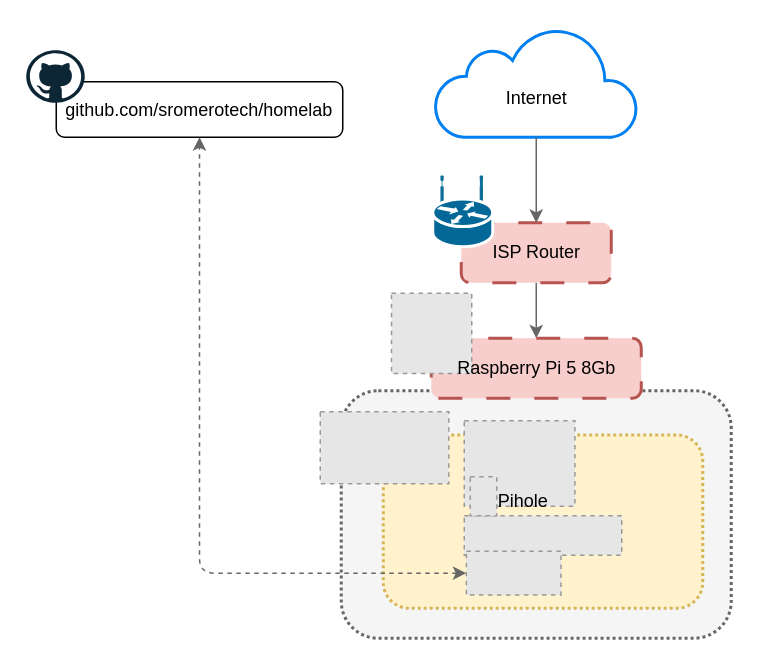
Before: docs/resources/homelab-1.0.0.drawio in sromerotech/homelab, a draw.io diagram. Source tidied: cells renumbered, new cells numbered last; positions are measured from the earlier drawing's top-left corner, leaving out a move shared by most shapes. Both pictures are drawn from the tidied source at 150%, with x=0, y=0 at pixel (26, 27). Pictures stored in the file or linked from it are replaced by grey dashed boxes.
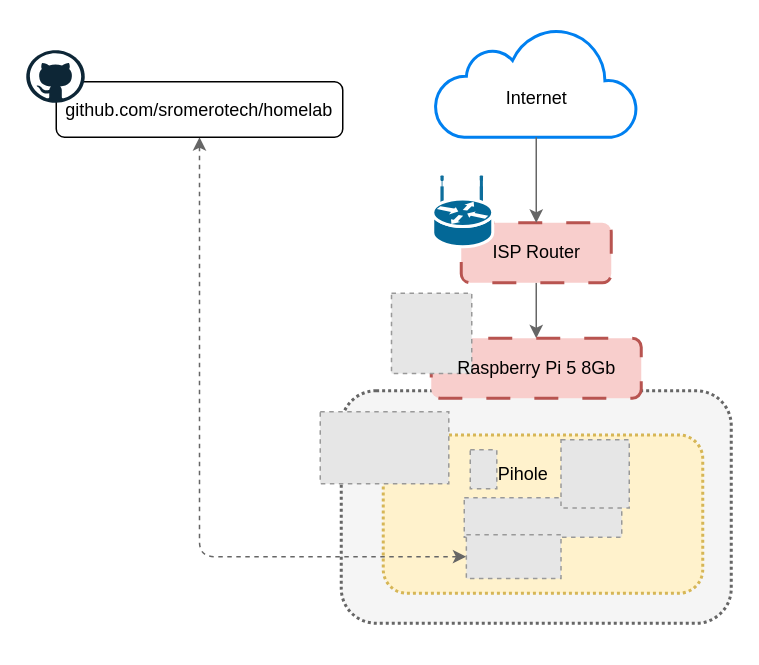
The same page after the edit.

What changed in the source:
```diff
@@
     <mxCell id="2" style="rounded=1;whiteSpace=wrap;html=1;fillColor=#f5f5f5;fontColor=#333333;strokeColor=#666666;dashed=1;dashPattern=1 1;strokeWidth=2;" parent="1" vertex="1">
-      <mxGeometry x="210" y="242" width="260" height="165" as="geometry" />
+      <mxGeometry x="210" y="242" width="260" height="155" as="geometry" />
     </mxCell>
@@
     <mxCell id="14" style="rounded=1;whiteSpace=wrap;html=1;fillColor=#fff2cc;strokeColor=#d6b656;dashed=1;dashPattern=1 1;strokeWidth=2;" parent="1" vertex="1">
-      <mxGeometry x="238" y="271.5" width="213" height="115.5" as="geometry" />
+      <mxGeometry x="238" y="271.5" width="213" height="105.5" as="geometry" />
     </mxCell>
@@
-    <mxCell id="16" style="fillColor=#E6E6E6;strokeColor=#999999;dashed=1;verticalLabelPosition=bottom;labelBackgroundColor=default;verticalAlign=top;" parent="1" vertex="1">
-      <mxGeometry x="292" y="262" width="73.8" height="57" as="geometry" />
-    </mxCell>
     <mxCell id="17" style="fillColor=#E6E6E6;strokeColor=#999999;dashed=1;verticalLabelPosition=bottom;labelBackgroundColor=default;verticalAlign=top;" parent="1" vertex="1">
-      <mxGeometry x="292" y="325.4" width="105" height="26.2" as="geometry" />
+      <mxGeometry x="292" y="313.4" width="105" height="26.2" as="geometry" />
     </mxCell>
@@
     <mxCell id="19" style="fillColor=#E6E6E6;strokeColor=#999999;dashed=1;verticalLabelPosition=bottom;labelBackgroundColor=default;verticalAlign=top;" parent="1" vertex="1">
-      <mxGeometry x="293.4" y="349" width="63.1" height="29.2" as="geometry" />
+      <mxGeometry x="293.4" y="338" width="63.1" height="29.2" as="geometry" />
     </mxCell>
@@
     <mxCell id="22" style="group;" parent="1" vertex="1">
-      <mxGeometry x="296" y="299.4" width="59.5" height="32" as="geometry" />
+      <mxGeometry x="296" y="281.4" width="59.5" height="32" as="geometry" />
     </mxCell>
@@
+    <mxCell id="25" style="fillColor=#E6E6E6;strokeColor=#999999;dashed=1;verticalLabelPosition=bottom;labelBackgroundColor=default;verticalAlign=top;" parent="1" vertex="1">
+      <mxGeometry x="356.5" y="274.6" width="45.5" height="45.6" as="geometry" />
+    </mxCell>
```
